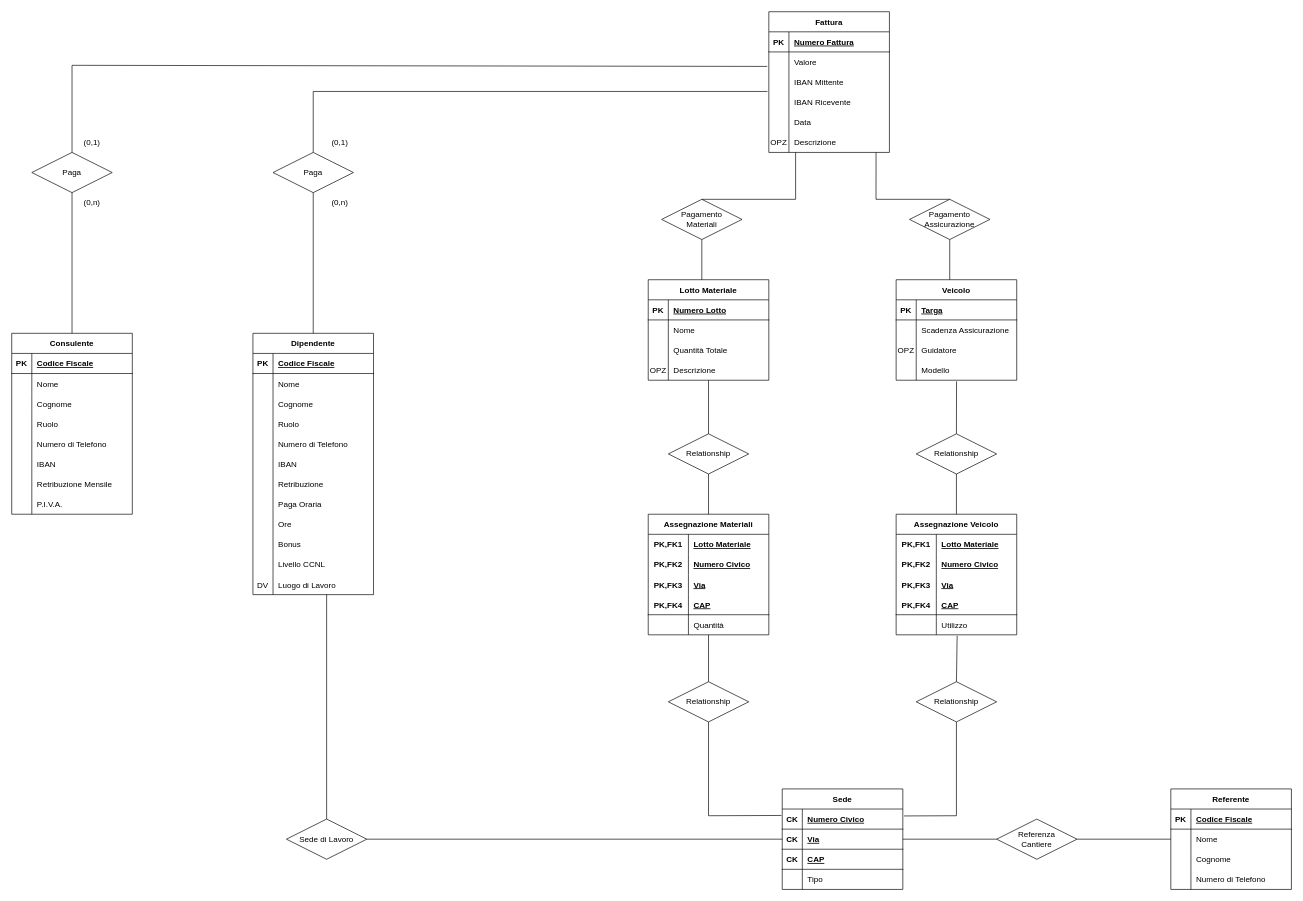
Earlier version of the draw.io diagram Diagramma Ristrutturato.drawio (JacopoPassariello/BD2022). Source tidied: cells renumbered, new cells numbered last; positions are measured from the earlier drawing's top-left corner, leaving out a move shared by most shapes. Both pictures are drawn from the tidied source at 67%, with x=0, y=0 at pixel (11, 11).
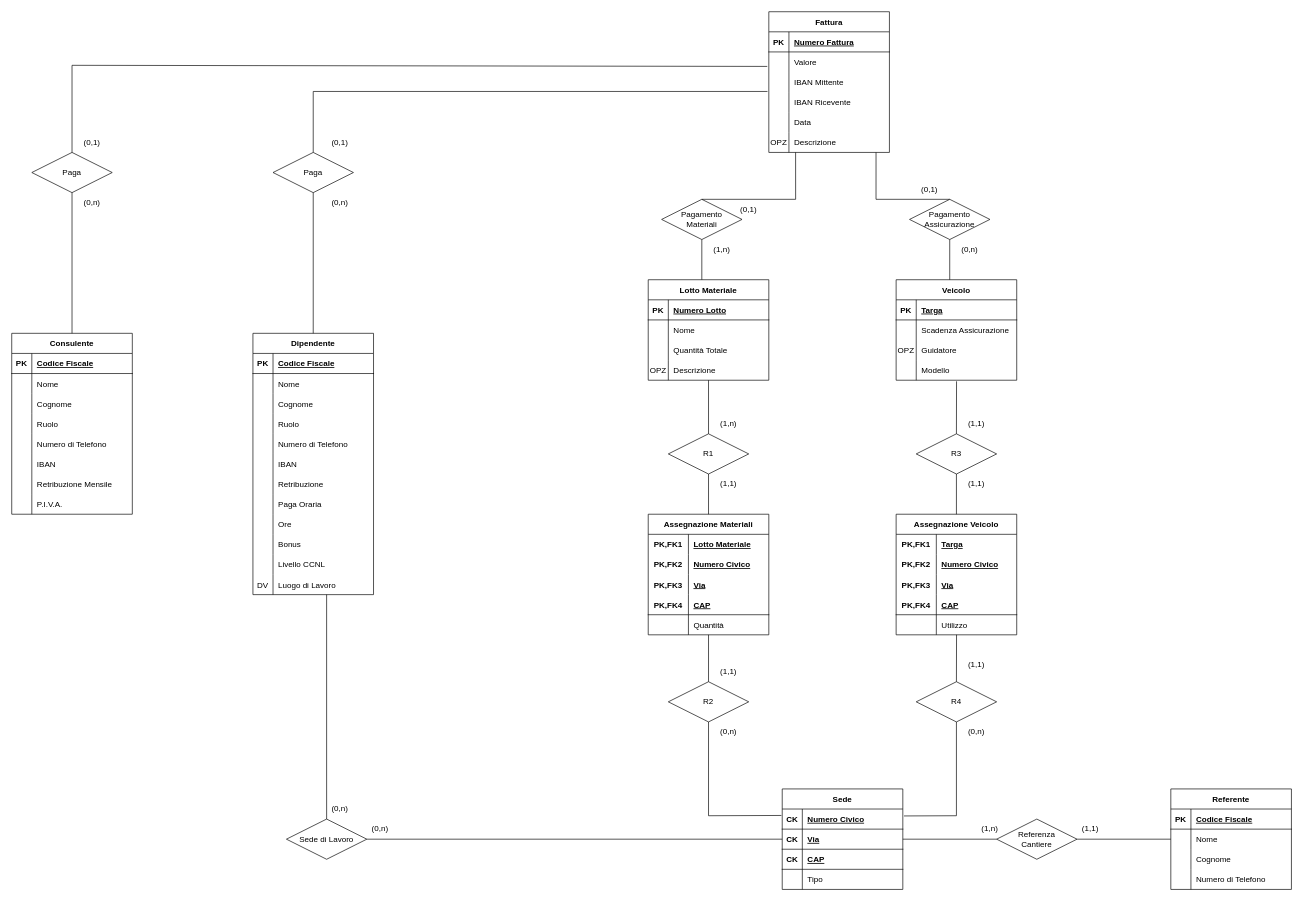
The same diagram, later.

The change refers to these unchanged cells:
```xml
<mxCell id="152" style="shape=tableRow;horizontal=0;startSize=0;swimlaneHead=0;swimlaneBody=0;fillColor=none;top=0;left=0;right=0;bottom=0;" parent="151" vertex="1">
  <mxGeometry y="30" width="180" height="30" as="geometry" />
</mxCell>
<mxCell id="164" style="shape=tableRow;horizontal=0;startSize=0;swimlaneHead=0;swimlaneBody=0;fillColor=none;points=[[0,0.5],[1,0.5]];portConstraint=eastwest;top=0;left=0;right=0;bottom=0;" parent="151" vertex="1">
  <mxGeometry y="150" width="180" height="30" as="geometry" />
</mxCell>
```

What changed in the source:
```diff
@@
-    <mxCell id="154" value="Lotto Materiale" style="shape=partialRectangle;fillColor=none;top=0;left=0;bottom=0;right=0;align=left;spacingLeft=6;overflow=hidden;fontStyle=5;" parent="152" vertex="1">
+    <mxCell id="154" value="Targa" style="shape=partialRectangle;fillColor=none;top=0;left=0;bottom=0;right=0;align=left;spacingLeft=6;overflow=hidden;fontStyle=5;" parent="152" vertex="1">
       <mxGeometry x="60" width="120" height="30" as="geometry" />
     </mxCell>
@@
-    <mxCell id="183" value="Relationship" style="shape=rhombus;perimeter=rhombusPerimeter;whiteSpace=wrap;html=1;align=center;" parent="1" vertex="1">
+    <mxCell id="183" value="R1" style="shape=rhombus;perimeter=rhombusPerimeter;whiteSpace=wrap;html=1;align=center;" parent="1" vertex="1">
       <mxGeometry x="980" y="630" width="120" height="60" as="geometry" />
     </mxCell>
-    <mxCell id="184" value="Relationship" style="shape=rhombus;perimeter=rhombusPerimeter;whiteSpace=wrap;html=1;align=center;" parent="1" vertex="1">
+    <mxCell id="184" value="R3" style="shape=rhombus;perimeter=rhombusPerimeter;whiteSpace=wrap;html=1;align=center;" parent="1" vertex="1">
       <mxGeometry x="1350" y="630" width="120" height="60" as="geometry" />
     </mxCell>
@@
-    <mxCell id="189" value="Relationship" style="shape=rhombus;perimeter=rhombusPerimeter;whiteSpace=wrap;html=1;align=center;" parent="1" vertex="1">
+    <mxCell id="189" value="R2" style="shape=rhombus;perimeter=rhombusPerimeter;whiteSpace=wrap;html=1;align=center;" parent="1" vertex="1">
       <mxGeometry x="980" y="1000" width="120" height="60" as="geometry" />
     </mxCell>
-    <mxCell id="190" value="Relationship" style="shape=rhombus;perimeter=rhombusPerimeter;whiteSpace=wrap;html=1;align=center;" parent="1" vertex="1">
+    <mxCell id="190" value="R4" style="shape=rhombus;perimeter=rhombusPerimeter;whiteSpace=wrap;html=1;align=center;" parent="1" vertex="1">
       <mxGeometry x="1350" y="1000" width="120" height="60" as="geometry" />
     </mxCell>
@@
-    <mxCell id="192" style="endArrow=none;html=1;rounded=0;entryX=0.506;entryY=1.049;entryDx=0;entryDy=0;entryPerimeter=0;exitX=0.5;exitY=0;exitDx=0;exitDy=0;" parent="1" edge="1" source="190" target="164">
+    <mxCell id="192" style="endArrow=none;html=1;rounded=0;entryX=0.501;entryY=0.998;entryDx=0;entryDy=0;entryPerimeter=0;exitX=0.5;exitY=0;exitDx=0;exitDy=0;" parent="1" edge="1" source="190" target="164">
       <mxGeometry relative="1" as="geometry" />
     </mxCell>
@@
+    <mxCell id="201" value="(0,1)" style="text;html=1;strokeColor=none;fillColor=none;align=center;verticalAlign=middle;whiteSpace=wrap;rounded=0;" parent="1" vertex="1">
+      <mxGeometry x="1070" y="280" width="60" height="30" as="geometry" />
+    </mxCell>
+    <mxCell id="202" value="(1,n)" style="text;html=1;strokeColor=none;fillColor=none;align=center;verticalAlign=middle;whiteSpace=wrap;rounded=0;" parent="1" vertex="1">
+      <mxGeometry x="1030" y="340" width="60" height="30" as="geometry" />
+    </mxCell>
+    <mxCell id="203" value="(0,1)" style="text;html=1;strokeColor=none;fillColor=none;align=center;verticalAlign=middle;whiteSpace=wrap;rounded=0;" parent="1" vertex="1">
+      <mxGeometry x="1340" y="250" width="60" height="30" as="geometry" />
+    </mxCell>
+    <mxCell id="204" value="(0,n)" style="text;html=1;strokeColor=none;fillColor=none;align=center;verticalAlign=middle;whiteSpace=wrap;rounded=0;" parent="1" vertex="1">
+      <mxGeometry x="1400" y="340" width="60" height="30" as="geometry" />
+    </mxCell>
+    <mxCell id="205" value="(0,n)" style="text;html=1;strokeColor=none;fillColor=none;align=center;verticalAlign=middle;whiteSpace=wrap;rounded=0;" parent="1" vertex="1">
+      <mxGeometry x="460" y="1175" width="60" height="30" as="geometry" />
+    </mxCell>
+    <mxCell id="206" value="(0,n)" style="text;html=1;strokeColor=none;fillColor=none;align=center;verticalAlign=middle;whiteSpace=wrap;rounded=0;" parent="1" vertex="1">
+      <mxGeometry x="520" y="1205" width="60" height="30" as="geometry" />
+    </mxCell>
+    <mxCell id="207" value="(1,n)" style="text;html=1;strokeColor=none;fillColor=none;align=center;verticalAlign=middle;whiteSpace=wrap;rounded=0;" parent="1" vertex="1">
+      <mxGeometry x="1430" y="1205" width="60" height="30" as="geometry" />
+    </mxCell>
+    <mxCell id="208" value="(1,1)" style="text;html=1;strokeColor=none;fillColor=none;align=center;verticalAlign=middle;whiteSpace=wrap;rounded=0;" parent="1" vertex="1">
+      <mxGeometry x="1580" y="1205" width="60" height="30" as="geometry" />
+    </mxCell>
+    <mxCell id="209" value="(1,n)" style="text;html=1;strokeColor=none;fillColor=none;align=center;verticalAlign=middle;whiteSpace=wrap;rounded=0;" parent="1" vertex="1">
+      <mxGeometry x="1040" y="600" width="60" height="30" as="geometry" />
+    </mxCell>
+    <mxCell id="210" value="(1,1)" style="text;html=1;strokeColor=none;fillColor=none;align=center;verticalAlign=middle;whiteSpace=wrap;rounded=0;" parent="1" vertex="1">
+      <mxGeometry x="1040" y="690" width="60" height="30" as="geometry" />
+    </mxCell>
+    <mxCell id="211" value="(0,n)" style="text;html=1;strokeColor=none;fillColor=none;align=center;verticalAlign=middle;whiteSpace=wrap;rounded=0;" parent="1" vertex="1">
+      <mxGeometry x="1040" y="1060" width="60" height="30" as="geometry" />
+    </mxCell>
+    <mxCell id="212" value="(1,1)" style="text;html=1;strokeColor=none;fillColor=none;align=center;verticalAlign=middle;whiteSpace=wrap;rounded=0;" parent="1" vertex="1">
+      <mxGeometry x="1040" y="970" width="60" height="30" as="geometry" />
+    </mxCell>
+    <mxCell id="213" value="(1,1)" style="text;html=1;strokeColor=none;fillColor=none;align=center;verticalAlign=middle;whiteSpace=wrap;rounded=0;" parent="1" vertex="1">
+      <mxGeometry x="1410" y="600" width="60" height="30" as="geometry" />
+    </mxCell>
+    <mxCell id="214" value="(1,1)" style="text;html=1;strokeColor=none;fillColor=none;align=center;verticalAlign=middle;whiteSpace=wrap;rounded=0;" parent="1" vertex="1">
+      <mxGeometry x="1410" y="690" width="60" height="30" as="geometry" />
+    </mxCell>
+    <mxCell id="215" value="(1,1)" style="text;html=1;strokeColor=none;fillColor=none;align=center;verticalAlign=middle;whiteSpace=wrap;rounded=0;" parent="1" vertex="1">
+      <mxGeometry x="1410" y="960" width="60" height="30" as="geometry" />
+    </mxCell>
+    <mxCell id="216" value="(0,n)" style="text;html=1;strokeColor=none;fillColor=none;align=center;verticalAlign=middle;whiteSpace=wrap;rounded=0;" parent="1" vertex="1">
+      <mxGeometry x="1410" y="1060" width="60" height="30" as="geometry" />
+    </mxCell>
```
